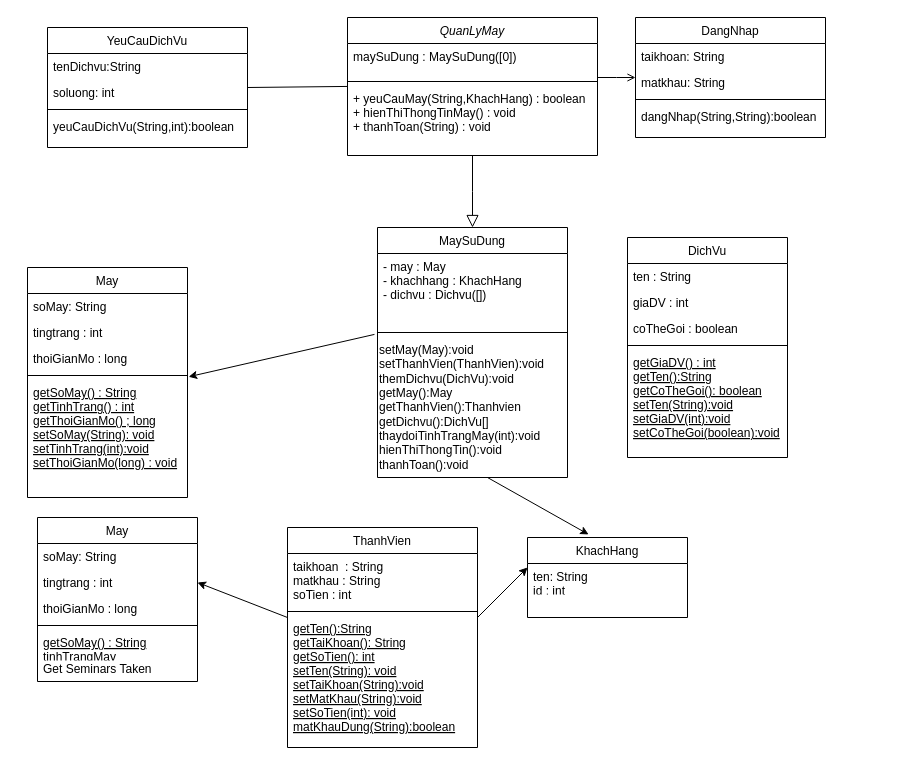
Above: clllvfdnvkfnkig.drawio in Khoi-DP270505/Draw.io (draw.io), before the change. Source tidied: cells renumbered, new cells numbered last; positions are measured from the earlier drawing's top-left corner, leaving out a move shared by most shapes. Both pictures are drawn from the tidied source at 100%, with x=0, y=0 at pixel (27, 17).
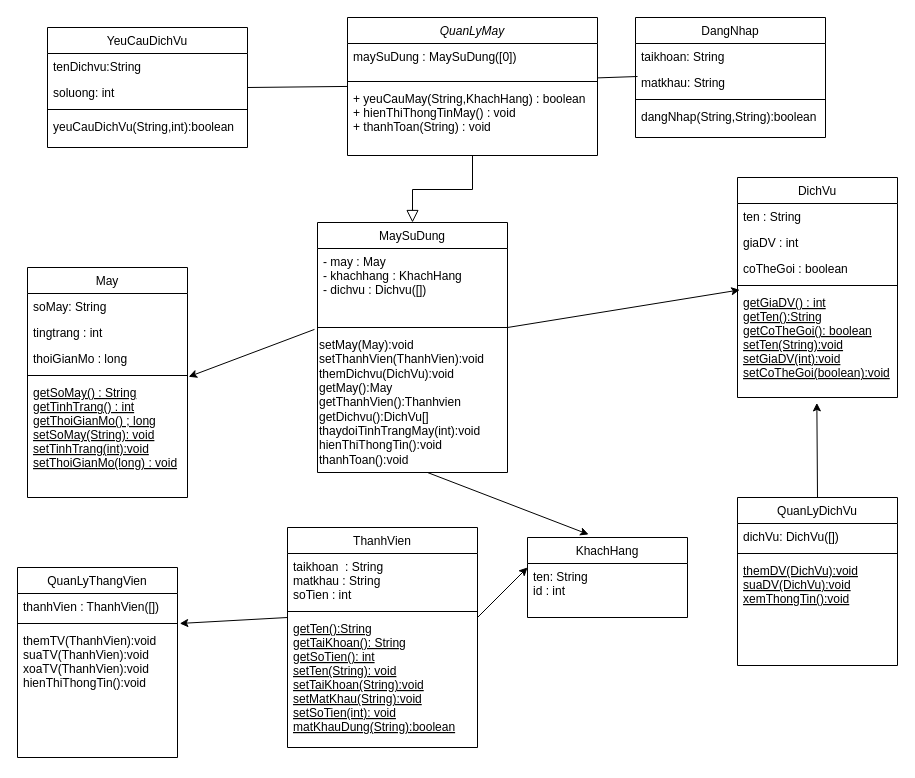
The same page after the edit.

Commit message:
Cập nhật clllvfdnvkfnkig.drawio

Unchanged cells that the change refers to:
```xml
<mxCell id="2" value="QuanLyMay" style="swimlane;fontStyle=2;align=center;verticalAlign=top;horizontal=1;startSize=26;rounded=0;shadow=0;strokeWidth=1;" parent="1" vertex="1">
  <mxGeometry x="320" width="250" height="138" as="geometry" />
</mxCell>
<mxCell id="18" value="DangNhap" style="swimlane;fontStyle=0;align=center;verticalAlign=top;horizontal=1;startSize=26;rounded=0;shadow=0;strokeWidth=1;" parent="1" vertex="1">
  <mxGeometry x="608" width="190" height="120" as="geometry" />
</mxCell>
<mxCell id="35" value="getGiaDV() : int&#10;getTen():String&#10;getCoTheGoi(): boolean&#10;setTen(String):void&#10;setGiaDV(int):void&#10;setCoTheGoi(boolean):void" style="text;align=left;verticalAlign=top;spacingLeft=4;spacingRight=4;overflow=hidden;points=[[0,0.5],[1,0.5]];portConstraint=eastwest;fontStyle=4;" parent="30" vertex="1">
  <mxGeometry y="112" width="160" height="108" as="geometry" />
</mxCell>
<mxCell id="43" value="ThanhVien" style="swimlane;fontStyle=0;align=center;verticalAlign=top;horizontal=1;startSize=26;rounded=0;shadow=0;strokeWidth=1;" parent="1" vertex="1">
  <mxGeometry x="260" y="510" width="190" height="220" as="geometry" />
</mxCell>
<mxCell id="48" value="KhachHang" style="swimlane;fontStyle=0;align=center;verticalAlign=top;horizontal=1;startSize=26;rounded=0;shadow=0;strokeWidth=1;" parent="1" vertex="1">
  <mxGeometry x="500" y="520" width="160" height="80" as="geometry" />
</mxCell>
```

The edit, as a diff of the source:
```diff
@@
     <mxCell id="12" value="MaySuDung" style="swimlane;fontStyle=0;align=center;verticalAlign=top;horizontal=1;startSize=26;rounded=0;shadow=0;strokeWidth=1;" parent="1" vertex="1">
-      <mxGeometry x="350" y="210" width="190" height="250" as="geometry" />
+      <mxGeometry x="290" y="205" width="190" height="250" as="geometry" />
     </mxCell>
@@
-    <mxCell id="23" style="endArrow=open;shadow=0;strokeWidth=1;rounded=0;curved=0;endFill=1;edgeStyle=elbowEdgeStyle;elbow=vertical;" parent="1" edge="1" source="2" target="18">
-      <mxGeometry x="0.5" y="41" relative="1" as="geometry">
-        <mxPoint x="-40" y="32" as="offset" />
-      </mxGeometry>
-    </mxCell>
@@
     <mxCell id="30" value="DichVu" style="swimlane;fontStyle=0;align=center;verticalAlign=top;horizontal=1;startSize=26;rounded=0;shadow=0;strokeWidth=1;" parent="1" vertex="1">
-      <mxGeometry x="600" y="220" width="160" height="220" as="geometry" />
+      <mxGeometry x="710" y="160" width="160" height="220" as="geometry" />
     </mxCell>
@@
-    <mxCell id="36" value="May" style="swimlane;fontStyle=0;align=center;verticalAlign=top;horizontal=1;startSize=26;rounded=0;shadow=0;strokeWidth=1;" parent="1" vertex="1">
-      <mxGeometry x="10" y="500" width="160" height="164" as="geometry" />
+    <mxCell id="36" value="QuanLyThangVien" style="swimlane;fontStyle=0;align=center;verticalAlign=top;horizontal=1;startSize=26;rounded=0;shadow=0;strokeWidth=1;" parent="1" vertex="1">
+      <mxGeometry x="-10" y="550" width="160" height="190" as="geometry" />
     </mxCell>
-    <mxCell id="37" value="soMay: String" style="text;align=left;verticalAlign=top;spacingLeft=4;spacingRight=4;overflow=hidden;rounded=0;shadow=0;html=0;" parent="36" vertex="1">
+    <mxCell id="37" value="thanhVien : ThanhVien([])" style="text;align=left;verticalAlign=top;spacingLeft=4;spacingRight=4;overflow=hidden;rounded=0;shadow=0;html=0;" parent="36" vertex="1">
       <mxGeometry y="26" width="160" height="26" as="geometry" />
     </mxCell>
-    <mxCell id="38" value="tingtrang : int" style="text;align=left;verticalAlign=top;spacingLeft=4;spacingRight=4;overflow=hidden;points=[[0,0.5],[1,0.5]];portConstraint=eastwest;" parent="36" vertex="1">
-      <mxGeometry y="52" width="160" height="26" as="geometry" />
-    </mxCell>
-    <mxCell id="39" value="thoiGianMo : long" style="text;align=left;verticalAlign=top;spacingLeft=4;spacingRight=4;overflow=hidden;" parent="36" vertex="1">
-      <mxGeometry y="78" width="160" height="26" as="geometry" />
-    </mxCell>
     <mxCell id="40" style="line;html=1;strokeWidth=1;align=left;verticalAlign=middle;spacingTop=-1;spacingLeft=3;spacingRight=3;labelPosition=right;" parent="36" vertex="1">
-      <mxGeometry y="104" width="160" height="8" as="geometry" />
+      <mxGeometry y="52" width="160" height="8" as="geometry" />
     </mxCell>
-    <mxCell id="41" value="getSoMay() : String&#10;tinhTrangMay" style="text;align=left;verticalAlign=top;spacingLeft=4;spacingRight=4;overflow=hidden;fontStyle=4;" parent="36" vertex="1">
-      <mxGeometry y="112" width="160" height="26" as="geometry" />
-    </mxCell>
-    <mxCell id="42" value="Get Seminars Taken" style="text;align=left;verticalAlign=top;spacingLeft=4;spacingRight=4;overflow=hidden;" parent="36" vertex="1">
-      <mxGeometry y="138" width="160" height="26" as="geometry" />
-    </mxCell>
+    <mxCell id="52" value="themTV(ThanhVien):void&#10;suaTV(ThanhVien):void&#10;xoaTV(ThanhVien):void&#10;hienThiThongTin():void" style="text;align=left;verticalAlign=top;spacingLeft=4;spacingRight=4;overflow=hidden;points=[[0,0.5],[1,0.5]];portConstraint=eastwest;rounded=0;shadow=0;html=0;" parent="36" vertex="1">
+      <mxGeometry y="60" width="160" height="130" as="geometry" />
+    </mxCell>
@@
-    <mxCell id="44" style="endArrow=classic;html=1;rounded=0;entryX=1;entryY=0.5;entryDx=0;entryDy=0;" parent="43" edge="1" target="38">
+    <mxCell id="44" style="endArrow=classic;html=1;rounded=0;entryX=1.014;entryY=-0.031;entryDx=0;entryDy=0;entryPerimeter=0;" parent="43" edge="1" target="52">
       <mxGeometry relative="1" as="geometry">
         <mxPoint y="90" as="sourcePoint" />
       </mxGeometry>
     </mxCell>
@@
     <mxCell id="49" value="ten: String&#10;id : int" style="text;align=left;verticalAlign=top;spacingLeft=4;spacingRight=4;overflow=hidden;rounded=0;shadow=0;html=0;" parent="48" vertex="1">
-      <mxGeometry y="26" width="160" height="26" as="geometry" />
+      <mxGeometry y="26" width="160" height="44" as="geometry" />
     </mxCell>
@@
+    <mxCell id="53" style="endArrow=none;html=1;rounded=0;" parent="1" edge="1">
+      <mxGeometry relative="1" as="geometry">
+        <mxPoint x="570" y="60.4" as="sourcePoint" />
+        <mxPoint x="610" y="59" as="targetPoint" />
+      </mxGeometry>
+    </mxCell>
+    <mxCell id="54" style="endArrow=classic;html=1;rounded=0;entryX=0.014;entryY=0.004;entryDx=0;entryDy=0;entryPerimeter=0;" parent="1" edge="1" target="35">
+      <mxGeometry relative="1" as="geometry">
+        <mxPoint x="480" y="310" as="sourcePoint" />
+      </mxGeometry>
+    </mxCell>
+    <mxCell id="55" value="QuanLyDichVu" style="swimlane;fontStyle=0;align=center;verticalAlign=top;horizontal=1;startSize=26;rounded=0;shadow=0;strokeWidth=1;" parent="1" vertex="1">
+      <mxGeometry x="710" y="480" width="160" height="168" as="geometry" />
+    </mxCell>
+    <mxCell id="56" value="dichVu: DichVu([])" style="text;align=left;verticalAlign=top;spacingLeft=4;spacingRight=4;overflow=hidden;rounded=0;shadow=0;html=0;" parent="55" vertex="1">
+      <mxGeometry y="26" width="160" height="26" as="geometry" />
+    </mxCell>
+    <mxCell id="57" style="line;html=1;strokeWidth=1;align=left;verticalAlign=middle;spacingTop=-1;spacingLeft=3;spacingRight=3;labelPosition=right;" parent="55" vertex="1">
+      <mxGeometry y="52" width="160" height="8" as="geometry" />
+    </mxCell>
+    <mxCell id="58" value="themDV(DichVu):void&#10;suaDV(DichVu):void&#10;xemThongTin():void" style="text;align=left;verticalAlign=top;spacingLeft=4;spacingRight=4;overflow=hidden;fontStyle=4;" parent="55" vertex="1">
+      <mxGeometry y="60" width="160" height="108" as="geometry" />
+    </mxCell>
+    <mxCell id="59" style="edgeStyle=none;jettySize=auto;html=1;rounded=0;entryX=0.496;entryY=1.05;entryDx=0;entryDy=0;entryPerimeter=0;exitX=0.5;exitY=0;exitDx=0;exitDy=0;" parent="1" edge="1" source="55" target="35">
+      <mxGeometry relative="1" as="geometry" />
+    </mxCell>
```
